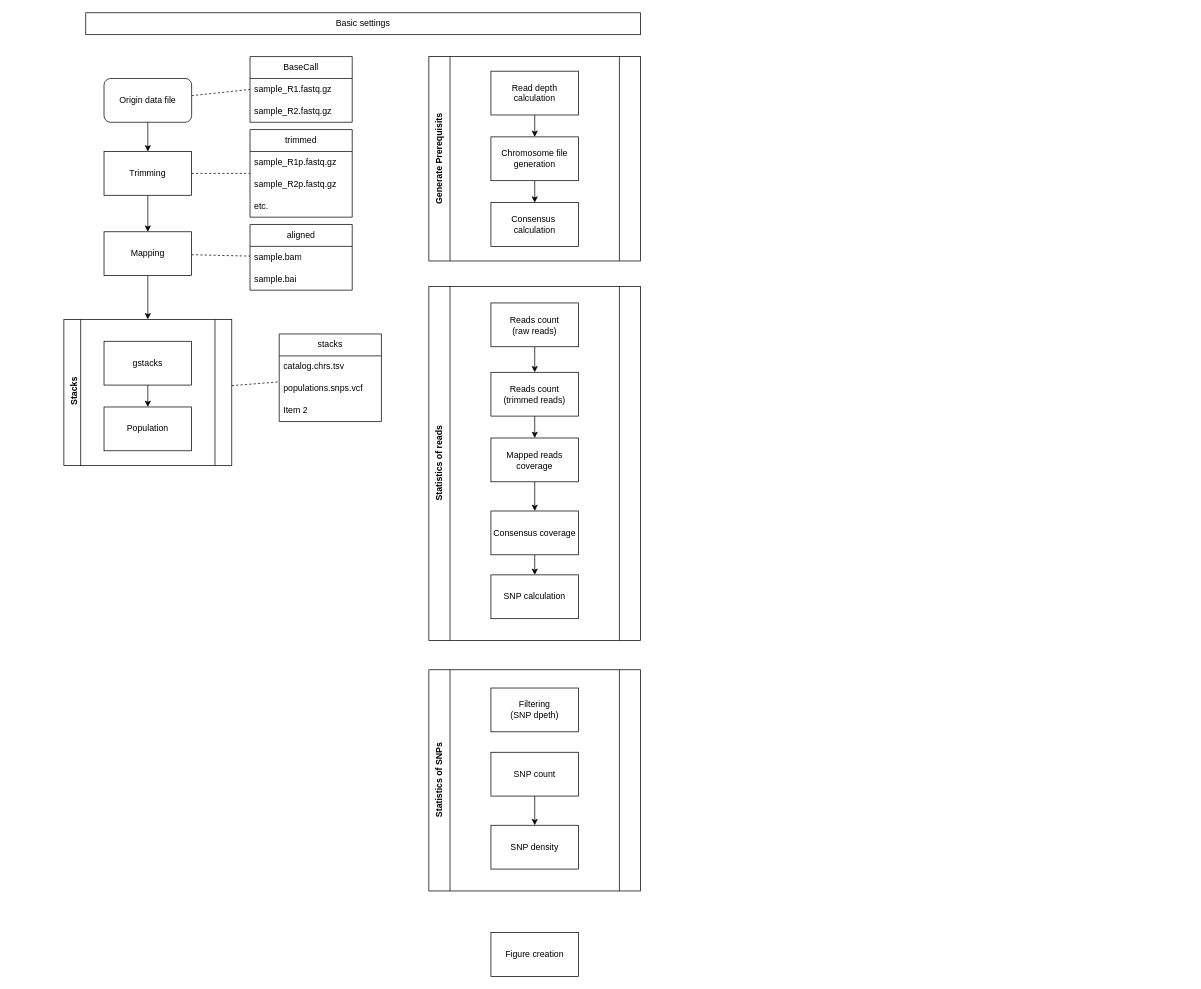
ShuXingYu94/diagrams.net_sharing keeps this draw.io diagram as Untitled Diagram.drawio. Above is the earlier version. Source tidied: cells renumbered, new cells numbered last; positions are measured from the earlier drawing's top-left corner, leaving out a move shared by most shapes. Both pictures are drawn from the tidied source at 73%, with x=0, y=0 at pixel (64, 12).
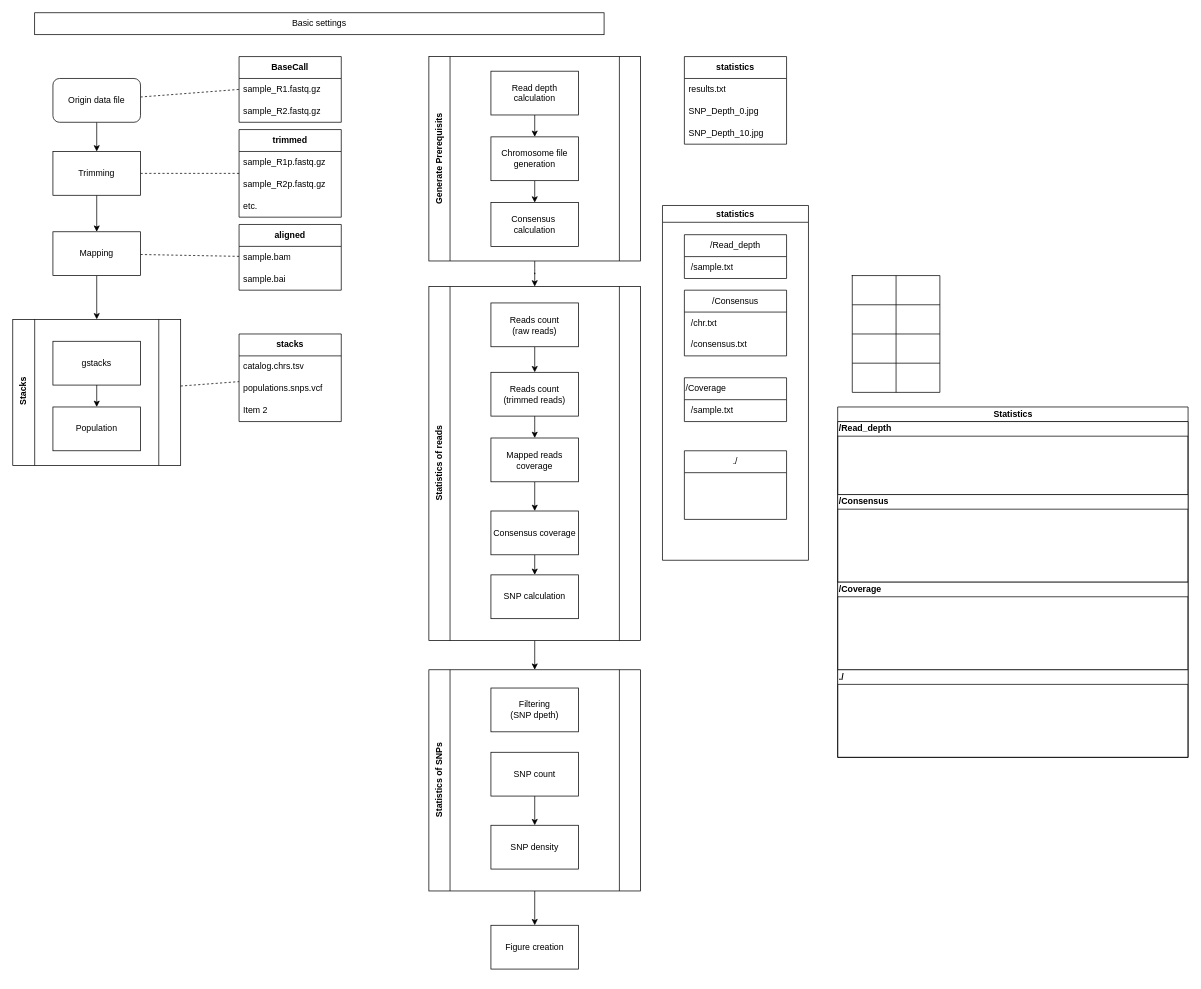
Above is the later version.

Unchanged cells that the change refers to:
```xml
<mxCell id="31" value="Generate Prerequisits" style="shape=process;whiteSpace=wrap;html=1;backgroundOutline=1;horizontal=0;verticalAlign=top;fontStyle=1;" parent="1" vertex="1">
  <mxGeometry x="500" y="60" width="290" height="280" as="geometry" />
</mxCell>
<mxCell id="38" value="Statistics of reads" style="shape=process;whiteSpace=wrap;html=1;backgroundOutline=1;horizontal=0;verticalAlign=top;fontStyle=1;" parent="1" vertex="1">
  <mxGeometry x="500" y="375" width="290" height="485" as="geometry" />
</mxCell>
<mxCell id="48" value="Statistics of SNPs" style="shape=process;whiteSpace=wrap;html=1;backgroundOutline=1;horizontal=0;verticalAlign=top;fontStyle=1;" parent="1" vertex="1">
  <mxGeometry x="500" y="900" width="290" height="303" as="geometry" />
</mxCell>
```

Diff of the diagram source:
```diff
@@
     <mxCell id="4" value="Origin data file" style="rounded=1;whiteSpace=wrap;html=1;fontSize=12;glass=0;strokeWidth=1;shadow=0;flipH=1;" parent="1" vertex="1">
-      <mxGeometry x="55" y="90" width="120" height="60" as="geometry" />
+      <mxGeometry x="-15" y="90" width="120" height="60" as="geometry" />
     </mxCell>
@@
     <mxCell id="7" value="Trimming" style="rounded=0;whiteSpace=wrap;html=1;flipH=1;" parent="1" vertex="1">
-      <mxGeometry x="55" y="190" width="120" height="60" as="geometry" />
+      <mxGeometry x="-15" y="190" width="120" height="60" as="geometry" />
     </mxCell>
-    <mxCell id="8" value="&lt;span style=&quot;white-space: pre;&quot;&gt; &lt;/span&gt;Stacks" style="shape=process;whiteSpace=wrap;html=1;backgroundOutline=1;size=0.1;align=center;verticalAlign=top;horizontal=0;fontStyle=1;" parent="1" vertex="1">
-      <mxGeometry y="420" width="230" height="200" as="geometry" />
+    <mxCell id="8" value="&lt;span style=&quot;white-space: pre;&quot;&gt; &lt;/span&gt;Stacks" style="shape=process;whiteSpace=wrap;html=1;backgroundOutline=1;size=0.13043478260869565;align=center;verticalAlign=top;horizontal=0;fontStyle=1;" parent="1" vertex="1">
+      <mxGeometry x="-70" y="420" width="230" height="200" as="geometry" />
     </mxCell>
-    <mxCell id="9" value="trimmed" style="swimlane;fontStyle=0;horizontal=1;startSize=30;whiteSpace=wrap;html=1;" parent="1" vertex="1">
-      <mxGeometry x="255" y="160" width="140" height="120" as="geometry" />
+    <mxCell id="9" value="trimmed" style="swimlane;fontStyle=1;horizontal=1;startSize=30;whiteSpace=wrap;html=1;" parent="1" vertex="1">
+      <mxGeometry x="240" y="160" width="140" height="120" as="geometry" />
     </mxCell>
@@
     <mxCell id="15" value="Mapping" style="whiteSpace=wrap;html=1;rounded=0;" parent="1" vertex="1">
-      <mxGeometry x="55" y="300" width="120" height="60" as="geometry" />
+      <mxGeometry x="-15" y="300" width="120" height="60" as="geometry" />
     </mxCell>
@@
-    <mxCell id="17" value="BaseCall" style="swimlane;fontStyle=0;horizontal=1;startSize=30;whiteSpace=wrap;html=1;verticalAlign=middle;" parent="1" vertex="1">
-      <mxGeometry x="255" y="60" width="140" height="90" as="geometry" />
+    <mxCell id="17" value="BaseCall" style="swimlane;fontStyle=1;horizontal=1;startSize=30;whiteSpace=wrap;html=1;verticalAlign=middle;" parent="1" vertex="1">
+      <mxGeometry x="240" y="60" width="140" height="90" as="geometry" />
     </mxCell>
@@
-    <mxCell id="20" value="aligned" style="swimlane;fontStyle=0;horizontal=1;startSize=30;whiteSpace=wrap;html=1;" parent="1" vertex="1">
-      <mxGeometry x="255" y="290" width="140" height="90" as="geometry" />
+    <mxCell id="20" value="aligned" style="swimlane;fontStyle=1;horizontal=1;startSize=30;whiteSpace=wrap;html=1;" parent="1" vertex="1">
+      <mxGeometry x="240" y="290" width="140" height="90" as="geometry" />
     </mxCell>
@@
-    <mxCell id="23" value="stacks" style="swimlane;fontStyle=0;horizontal=1;startSize=30;whiteSpace=wrap;html=1;" parent="1" vertex="1">
-      <mxGeometry x="295" y="440" width="140" height="120" as="geometry" />
+    <mxCell id="23" value="stacks" style="swimlane;fontStyle=1;horizontal=1;startSize=30;whiteSpace=wrap;html=1;" parent="1" vertex="1">
+      <mxGeometry x="240" y="440" width="140" height="120" as="geometry" />
     </mxCell>
@@
     <mxCell id="27" value="gstacks" style="whiteSpace=wrap;html=1;rounded=0;" parent="1" vertex="1">
-      <mxGeometry x="55" y="450" width="120" height="60" as="geometry" />
+      <mxGeometry x="-15" y="450" width="120" height="60" as="geometry" />
     </mxCell>
@@
     <mxCell id="29" value="Population" style="whiteSpace=wrap;html=1;rounded=0;" parent="1" vertex="1">
-      <mxGeometry x="55" y="540" width="120" height="60" as="geometry" />
+      <mxGeometry x="-15" y="540" width="120" height="60" as="geometry" />
     </mxCell>
     <mxCell id="30" value="Figure creation" style="whiteSpace=wrap;html=1;" parent="1" vertex="1">
-      <mxGeometry x="585" y="1260" width="120" height="60" as="geometry" />
+      <mxGeometry x="585" y="1250" width="120" height="60" as="geometry" />
     </mxCell>
+    <mxCell id="53" style="edgeStyle=orthogonalEdgeStyle;jettySize=auto;html=1;entryX=0.5;entryY=0;entryDx=0;entryDy=0;" parent="1" edge="1" source="31" target="38">
+      <mxGeometry relative="1" as="geometry" />
+    </mxCell>
@@
     <mxCell id="37" value="Basic settings" style="rounded=0;whiteSpace=wrap;html=1;fontStyle=0;" parent="1" vertex="1">
-      <mxGeometry x="30" width="760" height="30" as="geometry" />
+      <mxGeometry x="-40" width="780" height="30" as="geometry" />
     </mxCell>
+    <mxCell id="54" style="edgeStyle=orthogonalEdgeStyle;jettySize=auto;html=1;entryX=0.5;entryY=0;entryDx=0;entryDy=0;" parent="1" edge="1" source="38" target="48">
+      <mxGeometry relative="1" as="geometry" />
+    </mxCell>
@@
+    <mxCell id="55" style="edgeStyle=orthogonalEdgeStyle;jettySize=auto;html=1;" parent="1" edge="1" source="48" target="30">
+      <mxGeometry relative="1" as="geometry" />
+    </mxCell>
@@
+    <mxCell id="56" value="statistics" style="swimlane;fontStyle=1;horizontal=1;startSize=30;whiteSpace=wrap;html=1;" parent="1" vertex="1">
+      <mxGeometry x="850" y="60" width="140" height="120" as="geometry" />
+    </mxCell>
+    <mxCell id="57" value="results.txt" style="text;strokeColor=none;fillColor=none;align=left;verticalAlign=middle;spacingLeft=4;spacingRight=4;overflow=hidden;whiteSpace=wrap;html=1;" parent="56" vertex="1">
+      <mxGeometry y="30" width="140" height="30" as="geometry" />
+    </mxCell>
+    <mxCell id="58" value="SNP_Depth_0.jpg" style="text;strokeColor=none;fillColor=none;align=left;verticalAlign=middle;spacingLeft=4;spacingRight=4;overflow=hidden;whiteSpace=wrap;html=1;" parent="56" vertex="1">
+      <mxGeometry y="60" width="140" height="30" as="geometry" />
+    </mxCell>
+    <mxCell id="59" value="SNP_Depth_10.jpg" style="text;strokeColor=none;fillColor=none;align=left;verticalAlign=middle;spacingLeft=4;spacingRight=4;overflow=hidden;whiteSpace=wrap;html=1;" parent="56" vertex="1">
+      <mxGeometry y="90" width="140" height="30" as="geometry" />
+    </mxCell>
+    <mxCell id="60" value="statistics" style="swimlane;whiteSpace=wrap;html=1;" parent="1" vertex="1">
+      <mxGeometry x="820" y="264" width="200" height="486" as="geometry" />
+    </mxCell>
+    <mxCell id="61" value="/Read_depth" style="swimlane;fontStyle=0;horizontal=1;startSize=30;whiteSpace=wrap;html=1;" parent="60" vertex="1">
+      <mxGeometry x="30" y="40" width="140" height="60" as="geometry" />
+    </mxCell>
+    <mxCell id="62" value="&lt;span style=&quot;white-space: pre;&quot;&gt; &lt;/span&gt;/sample.txt" style="text;strokeColor=none;fillColor=none;align=left;verticalAlign=middle;spacingLeft=4;spacingRight=4;overflow=hidden;whiteSpace=wrap;html=1;" parent="61" vertex="1">
+      <mxGeometry y="30" width="140" height="30" as="geometry" />
+    </mxCell>
+    <mxCell id="63" value="/Consensus" style="swimlane;fontStyle=0;horizontal=1;startSize=30;whiteSpace=wrap;html=1;" parent="60" vertex="1">
+      <mxGeometry x="30" y="116" width="140" height="90" as="geometry" />
+    </mxCell>
+    <mxCell id="64" value="&lt;span style=&quot;white-space: pre;&quot;&gt; &lt;/span&gt;/chr.txt" style="text;strokeColor=none;fillColor=none;align=left;verticalAlign=middle;spacingLeft=4;spacingRight=4;overflow=hidden;whiteSpace=wrap;html=1;" parent="63" vertex="1">
+      <mxGeometry y="30" width="140" height="30" as="geometry" />
+    </mxCell>
+    <mxCell id="65" value="&lt;span style=&quot;white-space: pre;&quot;&gt; &lt;/span&gt;/consensus.txt" style="text;strokeColor=none;fillColor=none;align=left;verticalAlign=middle;spacingLeft=4;spacingRight=4;overflow=hidden;whiteSpace=wrap;html=1;" parent="63" vertex="1">
+      <mxGeometry y="60" width="140" height="30" as="geometry" />
+    </mxCell>
+    <mxCell id="66" value="/Coverage" style="swimlane;fontStyle=0;horizontal=1;startSize=30;whiteSpace=wrap;html=1;align=left;" parent="60" vertex="1">
+      <mxGeometry x="30" y="236" width="140" height="60" as="geometry" />
+    </mxCell>
+    <mxCell id="67" value="&lt;span style=&quot;white-space: pre;&quot;&gt; &lt;/span&gt;/sample.txt" style="text;strokeColor=none;fillColor=none;align=left;verticalAlign=middle;spacingLeft=4;spacingRight=4;overflow=hidden;whiteSpace=wrap;html=1;" parent="66" vertex="1">
+      <mxGeometry y="30" width="140" height="30" as="geometry" />
+    </mxCell>
+    <mxCell id="68" value="./" style="swimlane;fontStyle=0;horizontal=1;startSize=30;whiteSpace=wrap;html=1;" parent="60" vertex="1">
+      <mxGeometry x="30" y="336" width="140" height="94" as="geometry" />
+    </mxCell>
+    <mxCell id="69" style="shape=table;startSize=0;childLayout=tableLayout;" parent="1" vertex="1">
+      <mxGeometry x="1080" y="360" width="120" height="160" as="geometry" />
+    </mxCell>
+    <mxCell id="70" style="shape=tableRow;horizontal=0;startSize=0;swimlaneHead=0;swimlaneBody=0;top=0;left=0;bottom=0;right=0;fillColor=none;" parent="69" vertex="1">
+      <mxGeometry width="120" height="40" as="geometry" />
+    </mxCell>
+    <mxCell id="71" style="shape=partialRectangle;html=1;whiteSpace=wrap;overflow=hidden;fillColor=none;top=0;left=0;bottom=0;right=0;" parent="70" vertex="1">
+      <mxGeometry width="60" height="40" as="geometry" />
+    </mxCell>
+    <mxCell id="72" style="shape=partialRectangle;html=1;whiteSpace=wrap;overflow=hidden;fillColor=none;top=0;left=0;bottom=0;right=0;" parent="70" vertex="1">
+      <mxGeometry x="60" width="60" height="40" as="geometry" />
+    </mxCell>
+    <mxCell id="73" style="shape=tableRow;horizontal=0;startSize=0;swimlaneHead=0;swimlaneBody=0;top=0;left=0;bottom=0;right=0;fillColor=none;" parent="69" vertex="1">
+      <mxGeometry y="40" width="120" height="40" as="geometry" />
+    </mxCell>
+    <mxCell id="74" style="shape=partialRectangle;html=1;whiteSpace=wrap;overflow=hidden;fillColor=none;top=0;left=0;bottom=0;right=0;" parent="73" vertex="1">
+      <mxGeometry width="60" height="40" as="geometry" />
+    </mxCell>
+    <mxCell id="75" style="shape=partialRectangle;html=1;whiteSpace=wrap;overflow=hidden;fillColor=none;top=0;left=0;bottom=0;right=0;" parent="73" vertex="1">
+      <mxGeometry x="60" width="60" height="40" as="geometry" />
+    </mxCell>
+    <mxCell id="76" style="shape=tableRow;horizontal=0;startSize=0;swimlaneHead=0;swimlaneBody=0;top=0;left=0;bottom=0;right=0;fillColor=none;" parent="69" vertex="1">
+      <mxGeometry y="80" width="120" height="40" as="geometry" />
+    </mxCell>
+    <mxCell id="77" style="shape=partialRectangle;html=1;whiteSpace=wrap;overflow=hidden;fillColor=none;top=0;left=0;bottom=0;right=0;" parent="76" vertex="1">
+      <mxGeometry width="60" height="40" as="geometry" />
+    </mxCell>
+    <mxCell id="78" style="shape=partialRectangle;html=1;whiteSpace=wrap;overflow=hidden;fillColor=none;top=0;left=0;bottom=0;right=0;" parent="76" vertex="1">
+      <mxGeometry x="60" width="60" height="40" as="geometry" />
+    </mxCell>
+    <mxCell id="79" style="shape=tableRow;horizontal=0;startSize=0;swimlaneHead=0;swimlaneBody=0;top=0;left=0;bottom=0;right=0;fillColor=none;" parent="69" vertex="1">
+      <mxGeometry y="120" width="120" height="40" as="geometry" />
+    </mxCell>
+    <mxCell id="80" style="shape=partialRectangle;html=1;whiteSpace=wrap;overflow=hidden;fillColor=none;top=0;left=0;bottom=0;right=0;" parent="79" vertex="1">
+      <mxGeometry width="60" height="40" as="geometry" />
+    </mxCell>
+    <mxCell id="81" style="shape=partialRectangle;html=1;whiteSpace=wrap;overflow=hidden;fillColor=none;top=0;left=0;bottom=0;right=0;" parent="79" vertex="1">
+      <mxGeometry x="60" width="60" height="40" as="geometry" />
+    </mxCell>
+    <mxCell id="82" value="Statistics" style="swimlane;horizontal=1;startSize=20;html=1;" parent="1" vertex="1">
+      <mxGeometry x="1060" y="540" width="480" height="480" as="geometry" />
+    </mxCell>
+    <mxCell id="83" value="/Read_depth" style="swimlane;startSize=20;horizontal=1;html=1;align=left;" parent="82" vertex="1">
+      <mxGeometry y="20" width="480" height="100" as="geometry" />
+    </mxCell>
+    <mxCell id="84" value="/Consensus" style="swimlane;startSize=20;horizontal=1;html=1;align=left;" parent="82" vertex="1">
+      <mxGeometry y="120" width="480" height="120" as="geometry" />
+    </mxCell>
+    <mxCell id="85" value="/Coverage" style="swimlane;startSize=20;horizontal=1;html=1;align=left;" parent="82" vertex="1">
+      <mxGeometry y="240" width="480" height="120" as="geometry" />
+    </mxCell>
+    <mxCell id="86" value="./" style="swimlane;startSize=20;horizontal=1;html=1;align=left;" parent="82" vertex="1">
+      <mxGeometry y="360" width="480" height="120" as="geometry" />
+    </mxCell>
```
